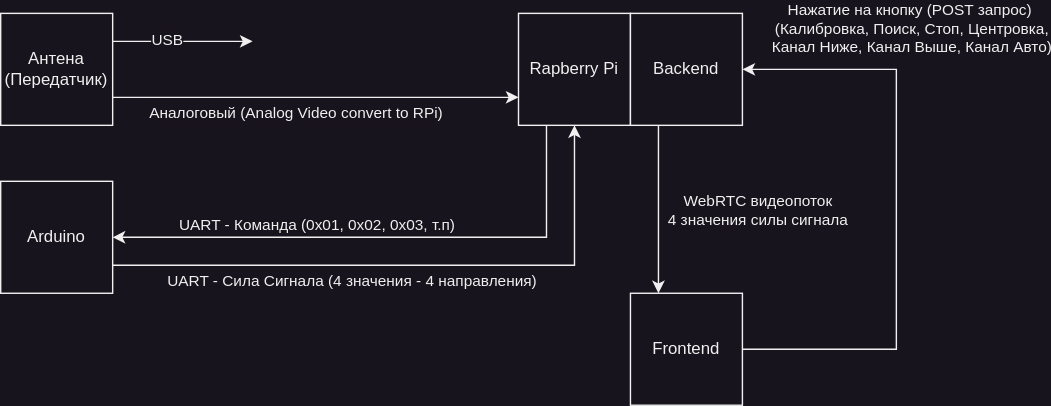
Earlier version of the draw.io export docs/.gitbook/assets/Схема Работы проекта.drawio.svg (DSvinka/BRICS2024-DroneDirection). Source tidied: cells renumbered, new cells last; positions are measured from the earlier drawing's top-left corner, leaving out a move shared by most shapes.
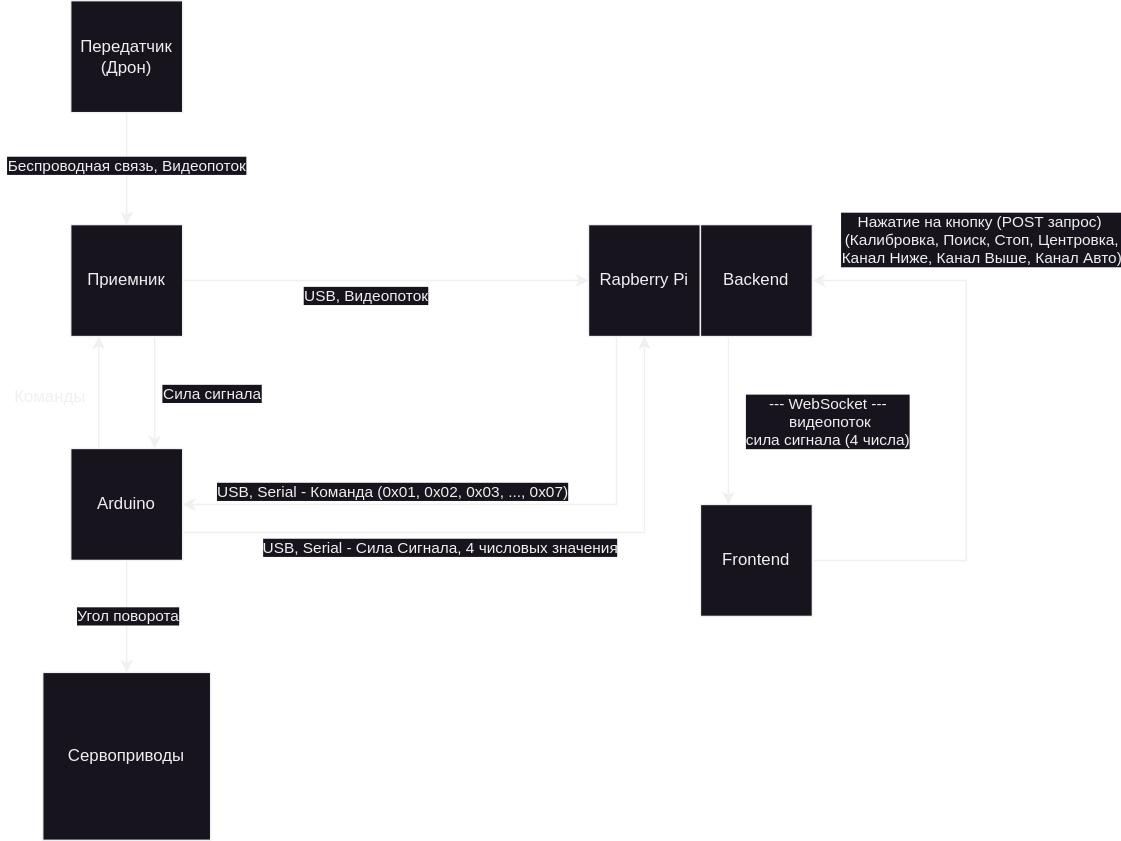
Above is the later version.

The edit, as a diff of the source:
```diff
@@ -2,40 +2,49 @@
   <root>
     <mxCell id="0" />
     <mxCell id="1" parent="0" />
-    <mxCell id="2" style="edgeStyle=orthogonalEdgeStyle;rounded=0;jettySize=auto;html=1;exitX=1;exitY=0.25;exitDx=0;exitDy=0;" parent="1" edge="1" source="6">
-      <mxGeometry relative="1" as="geometry">
-        <mxPoint x="180" y="20" as="targetPoint" />
-      </mxGeometry>
-    </mxCell>
-    <mxCell id="3" value="USB" style="edgeLabel;html=1;align=center;verticalAlign=middle;" parent="2" vertex="1">
-      <mxGeometry x="-0.24" y="2" relative="1" as="geometry" />
-    </mxCell>
-    <mxCell id="4" style="edgeStyle=orthogonalEdgeStyle;rounded=0;jettySize=auto;html=1;exitX=1;exitY=0.75;exitDx=0;exitDy=0;entryX=0;entryY=0.75;entryDx=0;entryDy=0;" parent="1" edge="1" source="6" target="12">
+    <mxCell id="4" style="edgeStyle=orthogonalEdgeStyle;rounded=0;jettySize=auto;html=1;exitX=1;exitY=0.5;exitDx=0;exitDy=0;entryX=0;entryY=0.5;entryDx=0;entryDy=0;" parent="1" edge="1" source="6" target="12">
       <mxGeometry relative="1" as="geometry" />
     </mxCell>
-    <mxCell id="5" value="Аналоговый (Analog Video convert to RPi)" style="edgeLabel;html=1;align=center;verticalAlign=middle;" parent="4" vertex="1">
+    <mxCell id="5" value="USB, Видеопоток" style="edgeLabel;html=1;align=center;verticalAlign=middle;" parent="4" vertex="1">
       <mxGeometry x="-0.22" y="2" relative="1" as="geometry">
         <mxPoint x="17" y="12" as="offset" />
       </mxGeometry>
     </mxCell>
+    <mxCell id="19" style="edgeStyle=orthogonalEdgeStyle;rounded=0;jettySize=auto;html=1;exitX=0.75;exitY=1;exitDx=0;exitDy=0;entryX=0.75;entryY=0;entryDx=0;entryDy=0;" parent="1" edge="1" source="6" target="9">
+      <mxGeometry relative="1" as="geometry" />
+    </mxCell>
+    <mxCell id="20" value="Сила сигнала" style="edgeLabel;html=1;align=center;verticalAlign=middle;" parent="19" vertex="1">
+      <mxGeometry x="-0.15" y="-1" relative="1" as="geometry">
+        <mxPoint x="41" y="6" as="offset" />
+      </mxGeometry>
+    </mxCell>
-    <mxCell id="6" value="Антена (Передатчик)" style="whiteSpace=wrap;html=1;" parent="1" vertex="1">
+    <mxCell id="6" value="Приемник" style="whiteSpace=wrap;html=1;" parent="1" vertex="1">
       <mxGeometry width="80" height="80" as="geometry" />
     </mxCell>
     <mxCell id="7" style="edgeStyle=orthogonalEdgeStyle;rounded=0;jettySize=auto;html=1;exitX=1;exitY=0.75;exitDx=0;exitDy=0;entryX=0.5;entryY=1;entryDx=0;entryDy=0;" parent="1" edge="1" source="9" target="12">
       <mxGeometry relative="1" as="geometry" />
     </mxCell>
-    <mxCell id="8" value="UART - Сила Сигнала (4 значения - 4 направления)" style="edgeLabel;html=1;align=center;verticalAlign=middle;" parent="7" vertex="1">
+    <mxCell id="8" value="USB, Serial - Сила Сигнала, 4 числовых значения" style="edgeLabel;html=1;align=center;verticalAlign=middle;" parent="7" vertex="1">
       <mxGeometry x="-0.35" y="1" relative="1" as="geometry">
         <mxPoint x="30" y="11" as="offset" />
       </mxGeometry>
     </mxCell>
+    <mxCell id="21" style="edgeStyle=orthogonalEdgeStyle;rounded=0;jettySize=auto;html=1;exitX=0.25;exitY=0;exitDx=0;exitDy=0;entryX=0.25;entryY=1;entryDx=0;entryDy=0;" parent="1" edge="1" source="9" target="6">
+      <mxGeometry relative="1" as="geometry" />
+    </mxCell>
+    <mxCell id="22" style="edgeStyle=orthogonalEdgeStyle;rounded=0;jettySize=auto;html=1;exitX=0.5;exitY=1;exitDx=0;exitDy=0;" parent="1" edge="1" source="9" target="28">
+      <mxGeometry relative="1" as="geometry" />
+    </mxCell>
+    <mxCell id="23" value="Угол поворота" style="edgeLabel;html=1;align=center;verticalAlign=middle;" parent="22" vertex="1">
+      <mxGeometry x="-0.03" relative="1" as="geometry" />
+    </mxCell>
     <mxCell id="9" value="Arduino" style="whiteSpace=wrap;html=1;" parent="1" vertex="1">
-      <mxGeometry y="120" width="80" height="80" as="geometry" />
+      <mxGeometry y="160" width="80" height="80" as="geometry" />
     </mxCell>
     <mxCell id="10" style="edgeStyle=orthogonalEdgeStyle;rounded=0;jettySize=auto;html=1;exitX=0.25;exitY=1;exitDx=0;exitDy=0;entryX=1;entryY=0.5;entryDx=0;entryDy=0;" parent="1" edge="1" source="12" target="9">
       <mxGeometry relative="1" as="geometry" />
     </mxCell>
-    <mxCell id="11" value="UART - Команда (0x01, 0x02, 0x03, т.п)" style="edgeLabel;html=1;align=center;verticalAlign=middle;" parent="10" vertex="1">
+    <mxCell id="11" value="USB, Serial - Команда (0x01, 0x02, 0x03, ..., 0x07)" style="edgeLabel;html=1;align=center;verticalAlign=middle;" parent="10" vertex="1">
       <mxGeometry x="0.8" y="-2" relative="1" as="geometry">
         <mxPoint x="107" y="-8" as="offset" />
       </mxGeometry>
@@ -67,7 +76,7 @@
         </Array>
       </mxGeometry>
     </mxCell>
-    <mxCell id="17" value="WebRTC видеопоток&lt;br&gt;4 значения силы сигнала" style="edgeLabel;html=1;align=center;verticalAlign=middle;" parent="16" vertex="1">
+    <mxCell id="17" value="--- WebSocket ---&lt;br&gt;&amp;nbsp;видеопоток&lt;br&gt;сила сигнала (4 числа)" style="edgeLabel;html=1;align=center;verticalAlign=middle;" parent="16" vertex="1">
       <mxGeometry x="-0.22" y="-1" relative="1" as="geometry">
         <mxPoint x="71" y="13" as="offset" />
       </mxGeometry>
@@ -75,5 +84,20 @@
     <mxCell id="18" value="Backend" style="whiteSpace=wrap;html=1;" parent="1" vertex="1">
       <mxGeometry x="450" width="80" height="80" as="geometry" />
     </mxCell>
+    <mxCell id="24" style="edgeStyle=orthogonalEdgeStyle;rounded=0;jettySize=auto;html=1;exitX=0.5;exitY=1;exitDx=0;exitDy=0;entryX=0.5;entryY=0;entryDx=0;entryDy=0;" parent="1" edge="1" source="26" target="6">
+      <mxGeometry relative="1" as="geometry" />
+    </mxCell>
+    <mxCell id="25" value="Беспроводная связь, Видеопоток" style="edgeLabel;html=1;align=center;verticalAlign=middle;" parent="24" vertex="1">
+      <mxGeometry x="-0.08" y="-1" relative="1" as="geometry" />
+    </mxCell>
+    <mxCell id="26" value="Передатчик&lt;br&gt;(Дрон)" style="whiteSpace=wrap;html=1;" parent="1" vertex="1">
+      <mxGeometry y="-160" width="80" height="80" as="geometry" />
+    </mxCell>
+    <mxCell id="27" value="Команды" style="text;html=1;align=center;verticalAlign=middle;strokeColor=none;fillColor=none;" parent="1" vertex="1">
+      <mxGeometry x="-50" y="108" width="70" height="30" as="geometry" />
+    </mxCell>
+    <mxCell id="28" value="Сервоприводы" style="whiteSpace=wrap;html=1;" parent="1" vertex="1">
+      <mxGeometry x="-20" y="320" width="120" height="120" as="geometry" />
+    </mxCell>
   </root>
 </mxGraphModel>
```
